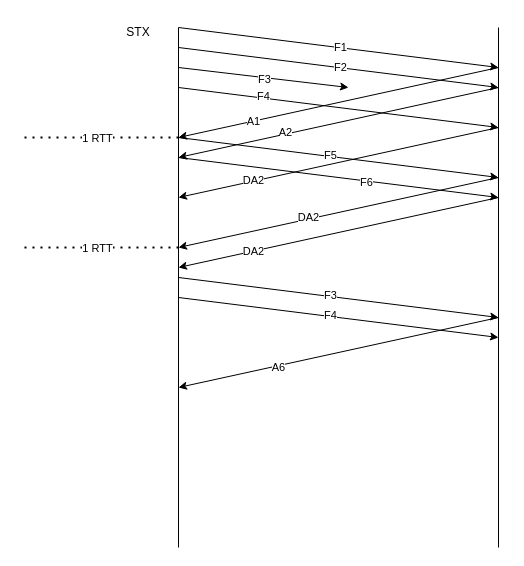
Above: window algorithm.drawio in orchlonn/design-doc (draw.io), before the change. Source tidied: cells renumbered, new cells numbered last; positions are measured from the earlier drawing's top-left corner, leaving out a move shared by most shapes. Both pictures are drawn from the tidied source at 100%, with x=0, y=0 at pixel (18, 17).
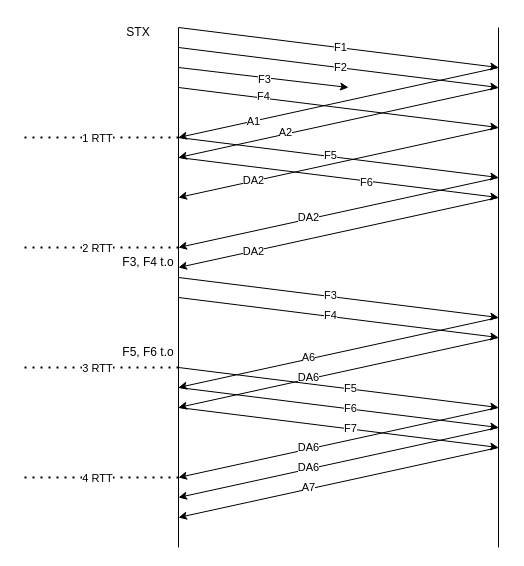
After the change.

The change refers to these unchanged cells:
```xml
<mxCell id="30" style="endArrow=none;dashed=1;html=1;dashPattern=1 3;strokeWidth=2;rounded=0;" parent="1" edge="1">
  <mxGeometry relative="1" as="geometry">
    <mxPoint x="160" y="230" as="sourcePoint" />
    <mxPoint y="230" as="targetPoint" />
  </mxGeometry>
</mxCell>
<mxCell id="36" style="endArrow=classic;html=1;rounded=0;" parent="1" edge="1">
  <mxGeometry relative="1" as="geometry">
    <mxPoint x="480" y="300" as="sourcePoint" />
    <mxPoint x="160" y="370" as="targetPoint" />
  </mxGeometry>
</mxCell>
```

Change to the diagram source:
```diff
@@
-    <mxCell id="31" value="1 RTT" style="edgeLabel;html=1;align=center;verticalAlign=middle;" parent="30" vertex="1">
+    <mxCell id="31" value="2 RTT" style="edgeLabel;html=1;align=center;verticalAlign=middle;" parent="30" vertex="1">
       <mxGeometry x="0.02" relative="1" as="geometry" />
     </mxCell>
@@
     <mxCell id="37" value="A6" style="edgeLabel;html=1;align=center;verticalAlign=middle;" parent="36" vertex="1">
       <mxGeometry x="0.53" relative="1" as="geometry">
-        <mxPoint x="25" y="-4" as="offset" />
+        <mxPoint x="55" y="-14" as="offset" />
       </mxGeometry>
     </mxCell>
+    <mxCell id="38" style="endArrow=classic;html=1;rounded=0;" parent="1" edge="1">
+      <mxGeometry relative="1" as="geometry">
+        <mxPoint x="480" y="320" as="sourcePoint" />
+        <mxPoint x="160" y="390" as="targetPoint" />
+      </mxGeometry>
+    </mxCell>
+    <mxCell id="39" value="DA6" style="edgeLabel;html=1;align=center;verticalAlign=middle;" parent="38" vertex="1">
+      <mxGeometry x="0.53" relative="1" as="geometry">
+        <mxPoint x="55" y="-14" as="offset" />
+      </mxGeometry>
+    </mxCell>
+    <mxCell id="40" style="endArrow=none;dashed=1;html=1;dashPattern=1 3;strokeWidth=2;rounded=0;" parent="1" edge="1">
+      <mxGeometry relative="1" as="geometry">
+        <mxPoint x="160" y="350" as="sourcePoint" />
+        <mxPoint y="350" as="targetPoint" />
+      </mxGeometry>
+    </mxCell>
+    <mxCell id="41" value="3 RTT" style="edgeLabel;html=1;align=center;verticalAlign=middle;" parent="40" vertex="1">
+      <mxGeometry x="0.02" relative="1" as="geometry" />
+    </mxCell>
+    <mxCell id="42" style="endArrow=classic;html=1;rounded=0;" parent="1" edge="1">
+      <mxGeometry relative="1" as="geometry">
+        <mxPoint x="160" y="350" as="sourcePoint" />
+        <mxPoint x="480" y="390" as="targetPoint" />
+      </mxGeometry>
+    </mxCell>
+    <mxCell id="43" value="F5" style="edgeLabel;html=1;align=center;verticalAlign=middle;" parent="42" vertex="1">
+      <mxGeometry x="0.07" y="1" relative="1" as="geometry" />
+    </mxCell>
+    <mxCell id="44" style="endArrow=classic;html=1;rounded=0;" parent="1" edge="1">
+      <mxGeometry relative="1" as="geometry">
+        <mxPoint x="160" y="370" as="sourcePoint" />
+        <mxPoint x="480" y="410" as="targetPoint" />
+      </mxGeometry>
+    </mxCell>
+    <mxCell id="45" value="F6" style="edgeLabel;html=1;align=center;verticalAlign=middle;" parent="44" vertex="1">
+      <mxGeometry x="0.07" y="1" relative="1" as="geometry" />
+    </mxCell>
+    <mxCell id="46" style="endArrow=classic;html=1;rounded=0;" parent="1" edge="1">
+      <mxGeometry relative="1" as="geometry">
+        <mxPoint x="160" y="390" as="sourcePoint" />
+        <mxPoint x="480" y="430" as="targetPoint" />
+      </mxGeometry>
+    </mxCell>
+    <mxCell id="47" value="F7" style="edgeLabel;html=1;align=center;verticalAlign=middle;" parent="46" vertex="1">
+      <mxGeometry x="0.07" y="1" relative="1" as="geometry" />
+    </mxCell>
+    <mxCell id="48" style="endArrow=classic;html=1;rounded=0;" parent="1" edge="1">
+      <mxGeometry relative="1" as="geometry">
+        <mxPoint x="480" y="390" as="sourcePoint" />
+        <mxPoint x="160" y="460" as="targetPoint" />
+      </mxGeometry>
+    </mxCell>
+    <mxCell id="49" value="DA6" style="edgeLabel;html=1;align=center;verticalAlign=middle;" parent="48" vertex="1">
+      <mxGeometry x="0.53" relative="1" as="geometry">
+        <mxPoint x="55" y="-14" as="offset" />
+      </mxGeometry>
+    </mxCell>
+    <mxCell id="50" style="endArrow=classic;html=1;rounded=0;" parent="1" edge="1">
+      <mxGeometry relative="1" as="geometry">
+        <mxPoint x="480" y="410" as="sourcePoint" />
+        <mxPoint x="160" y="480" as="targetPoint" />
+      </mxGeometry>
+    </mxCell>
+    <mxCell id="51" value="DA6" style="edgeLabel;html=1;align=center;verticalAlign=middle;" parent="50" vertex="1">
+      <mxGeometry x="0.53" relative="1" as="geometry">
+        <mxPoint x="55" y="-14" as="offset" />
+      </mxGeometry>
+    </mxCell>
+    <mxCell id="52" style="endArrow=classic;html=1;rounded=0;" parent="1" edge="1">
+      <mxGeometry relative="1" as="geometry">
+        <mxPoint x="480" y="430" as="sourcePoint" />
+        <mxPoint x="160" y="500" as="targetPoint" />
+      </mxGeometry>
+    </mxCell>
+    <mxCell id="53" value="A7" style="edgeLabel;html=1;align=center;verticalAlign=middle;" parent="52" vertex="1">
+      <mxGeometry x="0.53" relative="1" as="geometry">
+        <mxPoint x="55" y="-14" as="offset" />
+      </mxGeometry>
+    </mxCell>
+    <mxCell id="54" style="endArrow=none;dashed=1;html=1;dashPattern=1 3;strokeWidth=2;rounded=0;" parent="1" edge="1">
+      <mxGeometry relative="1" as="geometry">
+        <mxPoint x="160" y="460" as="sourcePoint" />
+        <mxPoint y="460" as="targetPoint" />
+      </mxGeometry>
+    </mxCell>
+    <mxCell id="55" value="4 RTT" style="edgeLabel;html=1;align=center;verticalAlign=middle;" parent="54" vertex="1">
+      <mxGeometry x="0.02" relative="1" as="geometry" />
+    </mxCell>
+    <mxCell id="56" value="F5, F6 t.o" style="text;html=1;whiteSpace=wrap;strokeColor=none;fillColor=none;align=center;verticalAlign=middle;rounded=0;" parent="1" vertex="1">
+      <mxGeometry x="100" y="320" width="60" height="30" as="geometry" />
+    </mxCell>
+    <mxCell id="57" value="F3, F4 t.o" style="text;html=1;whiteSpace=wrap;strokeColor=none;fillColor=none;align=center;verticalAlign=middle;rounded=0;" parent="1" vertex="1">
+      <mxGeometry x="100" y="230" width="60" height="30" as="geometry" />
+    </mxCell>
```
